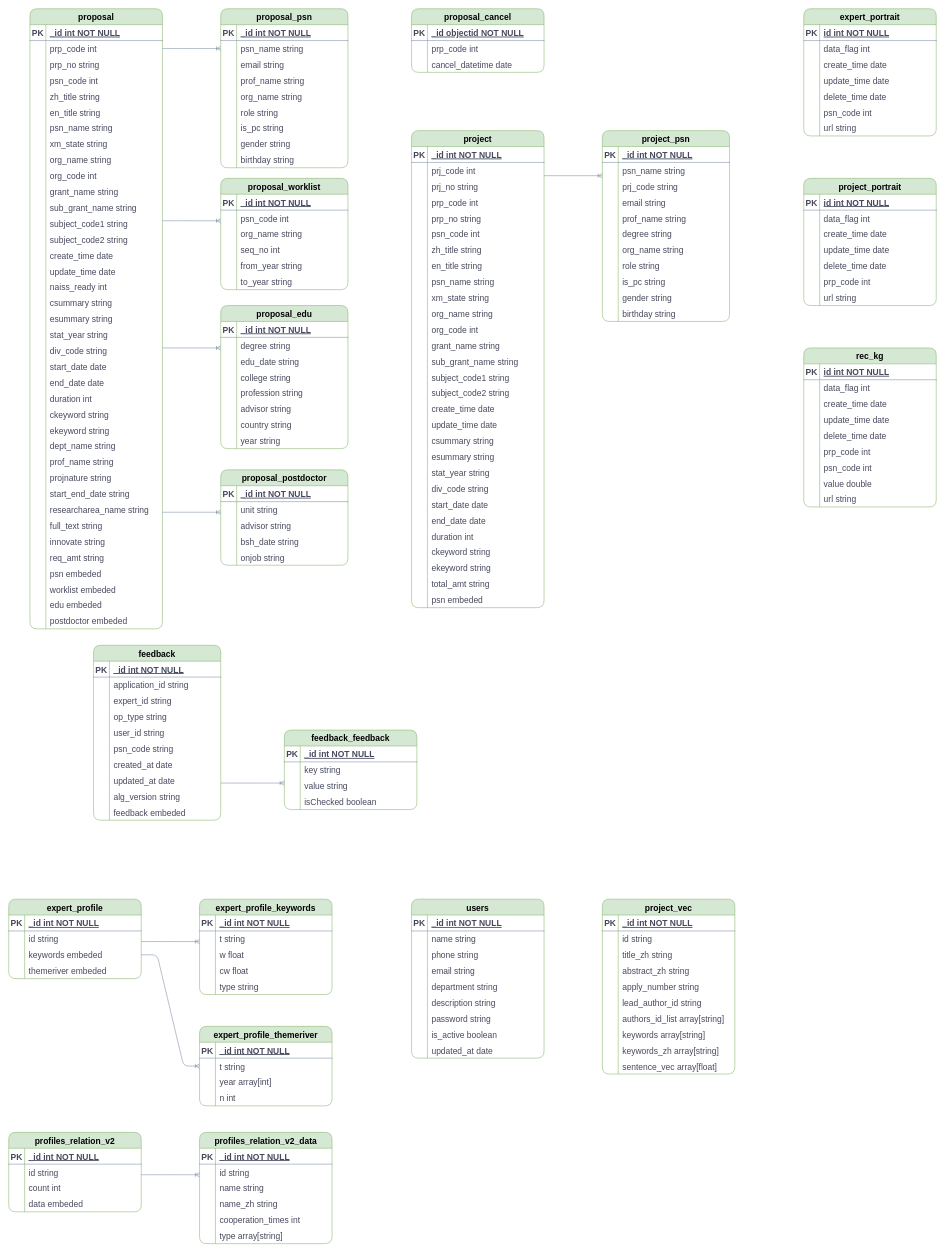
Above: ITIC_E-R.drawio in xianghuzhao/chart (draw.io), before the change. Source tidied: cells renumbered, new cells numbered last; positions are measured from the earlier drawing's top-left corner, leaving out a move shared by most shapes. Both pictures are drawn from the tidied source at 53%, with x=0, y=0 at pixel (8, 8).
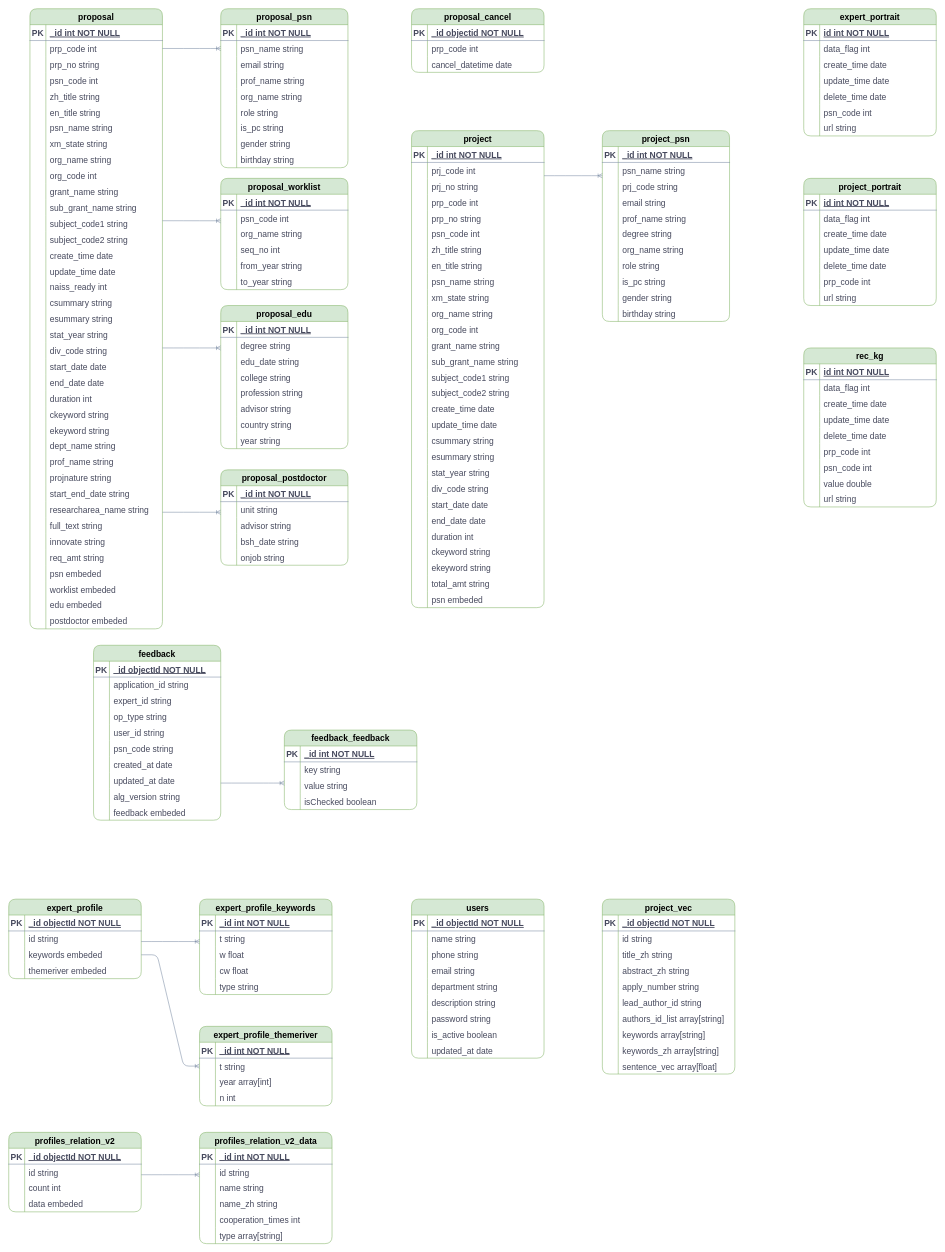
Above is the later version.

Unchanged cells that the change refers to:
```xml
<mxCell id="428" style="shape=tableRow;horizontal=0;startSize=0;swimlaneHead=0;swimlaneBody=0;fillColor=none;top=0;left=0;right=0;bottom=1;rounded=0;sketch=0;fontColor=#46495D;strokeColor=#788AA3;fontSize=16;" parent="427" vertex="1">
  <mxGeometry y="30" width="240" height="30" as="geometry" />
</mxCell>
<mxCell id="460" style="shape=partialRectangle;fillColor=none;top=0;left=0;right=0;bottom=1;rounded=1;strokeColor=#788AA3;fontColor=#46495D;fontSize=16;" parent="459" vertex="1">
  <mxGeometry y="30" width="250" height="30" as="geometry" />
</mxCell>
<mxCell id="504" style="shape=partialRectangle;fillColor=none;top=0;left=0;right=0;bottom=1;rounded=1;strokeColor=#788AA3;fontColor=#46495D;fontSize=16;" parent="503" vertex="1">
  <mxGeometry y="30" width="250" height="30" as="geometry" />
</mxCell>
<mxCell id="532" style="shape=partialRectangle;fillColor=none;top=0;left=0;right=0;bottom=1;rounded=1;strokeColor=#788AA3;fontColor=#46495D;fontSize=16;" parent="531" vertex="1">
  <mxGeometry y="30" width="250" height="30" as="geometry" />
</mxCell>
<mxCell id="565" style="shape=partialRectangle;fillColor=none;top=0;left=0;right=0;bottom=1;rounded=1;strokeColor=#788AA3;fontColor=#46495D;fontSize=16;" parent="564" vertex="1">
  <mxGeometry y="30" width="250" height="30" as="geometry" />
</mxCell>
```

Diff of the diagram source:
```diff
@@
-    <mxCell id="430" value="_id int NOT NULL" style="shape=partialRectangle;fillColor=none;top=0;left=0;bottom=0;right=0;align=left;spacingLeft=6;fontStyle=5;overflow=hidden;rounded=0;sketch=0;fontColor=#46495D;strokeColor=#788AA3;fontSize=16;" parent="428" vertex="1">
+    <mxCell id="430" value="_id objectId NOT NULL" style="shape=partialRectangle;fillColor=none;top=0;left=0;bottom=0;right=0;align=left;spacingLeft=6;fontStyle=5;overflow=hidden;rounded=0;sketch=0;fontColor=#46495D;strokeColor=#788AA3;fontSize=16;" parent="428" vertex="1">
       <mxGeometry x="30" width="210" height="30" as="geometry" />
     </mxCell>
@@
-    <mxCell id="462" value="_id int NOT NULL " style="shape=partialRectangle;overflow=hidden;fillColor=none;top=0;left=0;bottom=0;right=0;align=left;spacingLeft=6;fontStyle=5;rounded=1;strokeColor=#788AA3;fontColor=#46495D;fontSize=16;" parent="460" vertex="1">
+    <mxCell id="462" value="_id objectId NOT NULL " style="shape=partialRectangle;overflow=hidden;fillColor=none;top=0;left=0;bottom=0;right=0;align=left;spacingLeft=6;fontStyle=5;rounded=1;strokeColor=#788AA3;fontColor=#46495D;fontSize=16;" parent="460" vertex="1">
       <mxGeometry x="30" width="220" height="30" as="geometry" />
     </mxCell>
@@
-    <mxCell id="506" value="_id int NOT NULL " style="shape=partialRectangle;overflow=hidden;fillColor=none;top=0;left=0;bottom=0;right=0;align=left;spacingLeft=6;fontStyle=5;rounded=1;strokeColor=#788AA3;fontColor=#46495D;fontSize=16;" parent="504" vertex="1">
+    <mxCell id="506" value="_id objectId NOT NULL " style="shape=partialRectangle;overflow=hidden;fillColor=none;top=0;left=0;bottom=0;right=0;align=left;spacingLeft=6;fontStyle=5;rounded=1;strokeColor=#788AA3;fontColor=#46495D;fontSize=16;" parent="504" vertex="1">
       <mxGeometry x="30" width="220" height="30" as="geometry" />
     </mxCell>
@@
-    <mxCell id="534" value="_id int NOT NULL " style="shape=partialRectangle;overflow=hidden;fillColor=none;top=0;left=0;bottom=0;right=0;align=left;spacingLeft=6;fontStyle=5;rounded=1;strokeColor=#788AA3;fontColor=#46495D;fontSize=16;" parent="532" vertex="1">
+    <mxCell id="534" value="_id objectId NOT NULL " style="shape=partialRectangle;overflow=hidden;fillColor=none;top=0;left=0;bottom=0;right=0;align=left;spacingLeft=6;fontStyle=5;rounded=1;strokeColor=#788AA3;fontColor=#46495D;fontSize=16;" parent="532" vertex="1">
       <mxGeometry x="30" width="220" height="30" as="geometry" />
     </mxCell>
@@
-    <mxCell id="567" value="_id int NOT NULL " style="shape=partialRectangle;overflow=hidden;fillColor=none;top=0;left=0;bottom=0;right=0;align=left;spacingLeft=6;fontStyle=5;rounded=1;strokeColor=#788AA3;fontColor=#46495D;fontSize=16;" parent="565" vertex="1">
+    <mxCell id="567" value="_id objectId NOT NULL " style="shape=partialRectangle;overflow=hidden;fillColor=none;top=0;left=0;bottom=0;right=0;align=left;spacingLeft=6;fontStyle=5;rounded=1;strokeColor=#788AA3;fontColor=#46495D;fontSize=16;" parent="565" vertex="1">
       <mxGeometry x="30" width="220" height="30" as="geometry" />
     </mxCell>
```
